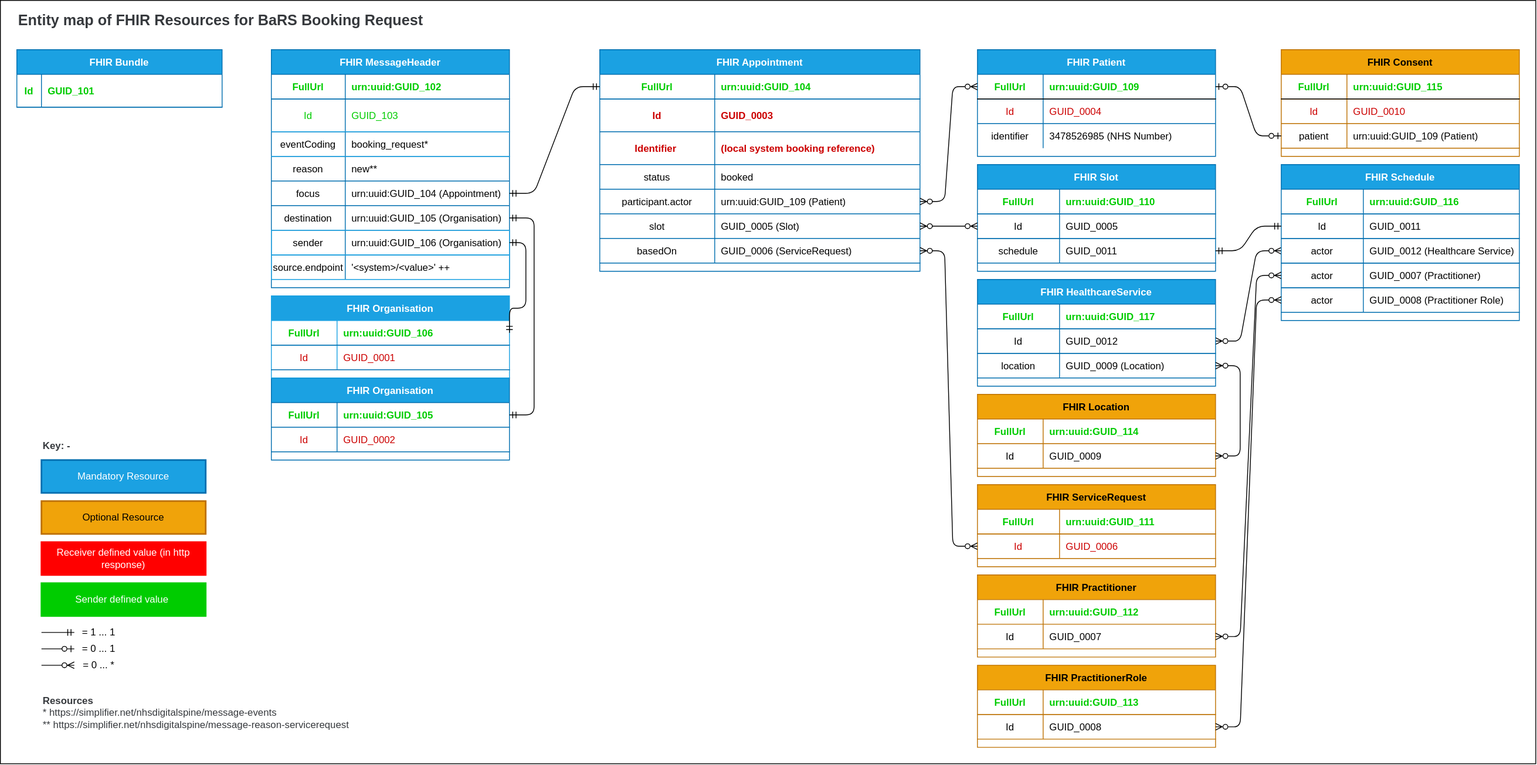
Earlier version of the draw.io export src/images/EntityMaps/EntityMapBookingRequest-1.0.0.svg (NHSDigital/booking-and-referral-media). Source tidied: cells renumbered, new cells last; positions are measured from the earlier drawing's top-left corner, leaving out a move shared by most shapes.
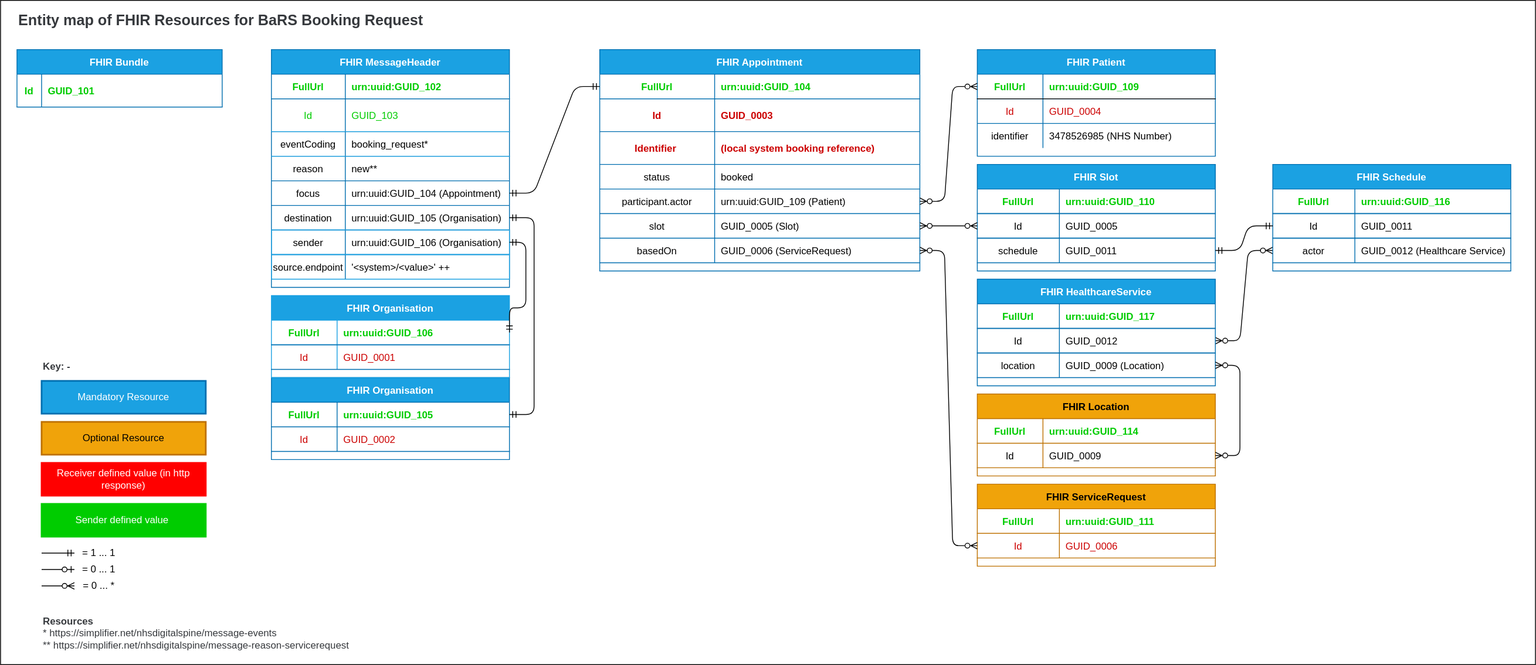
Later version of the same file.

Commit message:
ERD consistency updates

Updated Booking and Referral ERDs to reflect the latest documentation

Change to the diagram source:
```diff
@@ -3,7 +3,7 @@
     <mxCell id="0" />
     <mxCell id="1" parent="0" />
     <mxCell id="2" style="rounded=0;whiteSpace=wrap;html=1;" parent="1" vertex="1">
-      <mxGeometry width="1870" height="930" as="geometry" />
+      <mxGeometry width="1870" height="810" as="geometry" />
     </mxCell>
     <mxCell id="3" value="FHIR Bundle" style="shape=table;startSize=30;rowLines=0;fontStyle=1;align=center;fillColor=#1ba1e2;strokeColor=#006EAF;fontColor=#ffffff;" parent="1" vertex="1">
       <mxGeometry x="20" y="60" width="250" height="70" as="geometry" />
@@ -263,48 +263,6 @@
     <mxCell id="88" value="GUID_0011" style="shape=partialRectangle;overflow=hidden;fillColor=none;top=0;left=0;bottom=0;right=0;align=left;spacingLeft=6;fontStyle=0;fontColor=#000000;" parent="86" vertex="1">
       <mxGeometry x="100" width="190" height="30" as="geometry" />
     </mxCell>
-    <mxCell id="89" value="FHIR Practitioner" style="shape=table;startSize=30;rowLines=0;fontStyle=1;align=center;fillColor=#f0a30a;strokeColor=#BD7000;fontColor=#000000;" parent="1" vertex="1">
-      <mxGeometry x="1190" y="700" width="290" height="100" as="geometry" />
-    </mxCell>
-    <mxCell id="90" style="shape=partialRectangle;fillColor=none;top=0;left=0;right=0;bottom=1;strokeColor=#BD7000;" parent="89" vertex="1">
-      <mxGeometry y="30" width="290" height="30" as="geometry" />
-    </mxCell>
-    <mxCell id="91" value="FullUrl" style="shape=partialRectangle;overflow=hidden;fillColor=none;top=0;left=0;bottom=0;right=0;fontStyle=1;fontColor=#00CC00;" parent="90" vertex="1">
-      <mxGeometry width="80" height="30" as="geometry" />
-    </mxCell>
-    <mxCell id="92" value="urn:uuid:GUID_112" style="shape=partialRectangle;overflow=hidden;fillColor=none;top=0;left=0;bottom=0;right=0;align=left;spacingLeft=6;fontStyle=1;fontColor=#00CC00;" parent="90" vertex="1">
-      <mxGeometry x="80" width="210" height="30" as="geometry" />
-    </mxCell>
-    <mxCell id="93" style="shape=partialRectangle;fillColor=none;points=[[0,0.5],[1,0.5]];portConstraint=eastwest;top=0;left=0;right=0;bottom=1;strokeColor=#BD7000;" parent="89" vertex="1">
-      <mxGeometry y="60" width="290" height="30" as="geometry" />
-    </mxCell>
-    <mxCell id="94" value="Id" style="shape=partialRectangle;overflow=hidden;fillColor=none;top=0;left=0;bottom=0;right=0;fontStyle=0;fontColor=#000000;" parent="93" vertex="1">
-      <mxGeometry width="80" height="30" as="geometry" />
-    </mxCell>
-    <mxCell id="95" value="GUID_0007" style="shape=partialRectangle;overflow=hidden;fillColor=none;top=0;left=0;bottom=0;right=0;align=left;spacingLeft=6;fontStyle=0;fontColor=#000000;" parent="93" vertex="1">
-      <mxGeometry x="80" width="210" height="30" as="geometry" />
-    </mxCell>
-    <mxCell id="96" value="FHIR PractitionerRole" style="shape=table;startSize=30;rowLines=1;fontStyle=1;align=center;fillColor=#f0a30a;strokeColor=#BD7000;fontColor=#000000;" parent="1" vertex="1">
-      <mxGeometry x="1190" y="810" width="290" height="100" as="geometry" />
-    </mxCell>
-    <mxCell id="97" style="shape=partialRectangle;fillColor=none;top=0;left=0;right=0;bottom=1;strokeColor=#BD7000;" parent="96" vertex="1">
-      <mxGeometry y="30" width="290" height="30" as="geometry" />
-    </mxCell>
-    <mxCell id="98" value="FullUrl" style="shape=partialRectangle;overflow=hidden;fillColor=none;top=0;left=0;bottom=0;right=0;fontStyle=1;fontColor=#00CC00;" parent="97" vertex="1">
-      <mxGeometry width="80" height="30" as="geometry" />
-    </mxCell>
-    <mxCell id="99" value="urn:uuid:GUID_113" style="shape=partialRectangle;overflow=hidden;fillColor=none;top=0;left=0;bottom=0;right=0;align=left;spacingLeft=6;fontStyle=1;fontColor=#00CC00;" parent="97" vertex="1">
-      <mxGeometry x="80" width="210" height="30" as="geometry" />
-    </mxCell>
-    <mxCell id="100" style="shape=partialRectangle;fillColor=none;points=[[0,0.5],[1,0.5]];portConstraint=eastwest;top=0;left=0;right=0;bottom=1;strokeColor=#BD7000;" parent="96" vertex="1">
-      <mxGeometry y="60" width="290" height="30" as="geometry" />
-    </mxCell>
-    <mxCell id="101" value="Id" style="shape=partialRectangle;overflow=hidden;fillColor=none;top=0;left=0;bottom=0;right=0;fontColor=#000000;" parent="100" vertex="1">
-      <mxGeometry width="80" height="30" as="geometry" />
-    </mxCell>
-    <mxCell id="102" value="GUID_0008" style="shape=partialRectangle;overflow=hidden;fillColor=none;top=0;left=0;bottom=0;right=0;align=left;spacingLeft=6;fontColor=#000000;" parent="100" vertex="1">
-      <mxGeometry x="80" width="210" height="30" as="geometry" />
-    </mxCell>
     <mxCell id="103" style="edgeStyle=entityRelationEdgeStyle;endArrow=ERzeroToMany;startArrow=ERzeroToMany;endFill=0;startFill=1;exitX=1;exitY=0.5;exitDx=0;exitDy=0;entryX=0;entryY=0.5;entryDx=0;entryDy=0;" parent="1" edge="1" source="59" target="70">
       <mxGeometry relative="1" as="geometry" />
     </mxCell>
@@ -322,39 +280,6 @@
         </Array>
       </mxGeometry>
     </mxCell>
-    <mxCell id="107" value="FHIR Consent" style="shape=table;startSize=30;rowLines=1;fontStyle=1;align=center;fillColor=#f0a30a;strokeColor=#BD7000;fontColor=#000000;" parent="1" vertex="1">
-      <mxGeometry x="1560" y="60" width="290" height="130" as="geometry" />
-    </mxCell>
-    <mxCell id="108" style="shape=partialRectangle;fillColor=none;top=0;left=0;right=0;bottom=1;" parent="107" vertex="1">
-      <mxGeometry y="30" width="290" height="30" as="geometry" />
-    </mxCell>
-    <mxCell id="109" value="FullUrl" style="shape=partialRectangle;overflow=hidden;fillColor=none;top=0;left=0;bottom=0;right=0;fontStyle=1;fontColor=#00CC00;" parent="108" vertex="1">
-      <mxGeometry width="80" height="30" as="geometry" />
-    </mxCell>
-    <mxCell id="110" value="urn:uuid:GUID_115" style="shape=partialRectangle;overflow=hidden;fillColor=none;top=0;left=0;bottom=0;right=0;align=left;spacingLeft=6;fontStyle=1;fontColor=#00CC00;" parent="108" vertex="1">
-      <mxGeometry x="80" width="210" height="30" as="geometry" />
-    </mxCell>
-    <mxCell id="111" style="shape=partialRectangle;fillColor=none;top=0;left=0;right=0;bottom=0;" parent="107" vertex="1">
-      <mxGeometry y="60" width="290" height="30" as="geometry" />
-    </mxCell>
-    <mxCell id="112" value="Id" style="shape=partialRectangle;overflow=hidden;fillColor=none;top=0;left=0;bottom=0;right=0;fontColor=#CC0000;" parent="111" vertex="1">
-      <mxGeometry width="80" height="30" as="geometry" />
-    </mxCell>
-    <mxCell id="113" value="GUID_0010" style="shape=partialRectangle;overflow=hidden;fillColor=none;top=0;left=0;bottom=0;right=0;align=left;spacingLeft=6;fontColor=#CC0000;" parent="111" vertex="1">
-      <mxGeometry x="80" width="210" height="30" as="geometry" />
-    </mxCell>
-    <mxCell id="114" style="shape=partialRectangle;fillColor=none;points=[[0,0.5],[1,0.5]];portConstraint=eastwest;top=0;left=0;right=0;bottom=1;strokeColor=#BD7000;" parent="107" vertex="1">
-      <mxGeometry y="90" width="290" height="30" as="geometry" />
-    </mxCell>
-    <mxCell id="115" value="patient" style="shape=partialRectangle;overflow=hidden;fillColor=none;top=0;left=0;bottom=0;right=0;" parent="114" vertex="1">
-      <mxGeometry width="80" height="30" as="geometry" />
-    </mxCell>
-    <mxCell id="116" value="urn:uuid:GUID_109 (Patient)" style="shape=partialRectangle;overflow=hidden;fillColor=none;top=0;left=0;bottom=0;right=0;align=left;spacingLeft=6;" parent="114" vertex="1">
-      <mxGeometry x="80" width="210" height="30" as="geometry" />
-    </mxCell>
-    <mxCell id="117" style="edgeStyle=entityRelationEdgeStyle;endArrow=ERzeroToOne;startArrow=ERzeroToOne;endFill=0;startFill=0;exitX=0;exitY=0.5;exitDx=0;exitDy=0;entryX=1;entryY=0.5;entryDx=0;entryDy=0;" parent="1" edge="1" source="114" target="70">
-      <mxGeometry relative="1" as="geometry" />
-    </mxCell>
     <mxCell id="118" value="FHIR Location" style="shape=table;startSize=30;rowLines=0;fontStyle=1;align=center;fillColor=#f0a30a;strokeColor=#BD7000;fontColor=#000000;" parent="1" vertex="1">
       <mxGeometry x="1190" y="480" width="290" height="100" as="geometry" />
     </mxCell>
@@ -377,19 +302,19 @@
       <mxGeometry x="80" width="210" height="30" as="geometry" />
     </mxCell>
     <mxCell id="125" value="&lt;font color=&quot;#36393d&quot;&gt;&lt;b&gt;Key: -&amp;nbsp;&lt;br&gt;&lt;/b&gt;&lt;br&gt;&lt;/font&gt;" style="text;html=1;strokeColor=none;fillColor=none;align=left;verticalAlign=middle;whiteSpace=wrap;rounded=0;fontColor=#FFFFFF;" parent="1" vertex="1">
-      <mxGeometry x="50" y="540" width="120" height="20" as="geometry" />
+      <mxGeometry x="50" y="444" width="120" height="20" as="geometry" />
     </mxCell>
     <mxCell id="126" value="Mandatory Resource" style="rounded=0;whiteSpace=wrap;html=1;fontColor=#ffffff;strokeColor=#006EAF;strokeWidth=2;fillColor=#1ba1e2;" parent="1" vertex="1">
-      <mxGeometry x="50" y="560" width="200" height="40" as="geometry" />
+      <mxGeometry x="50" y="464" width="200" height="40" as="geometry" />
     </mxCell>
     <mxCell id="127" value="Receiver defined value (in http response)" style="rounded=0;whiteSpace=wrap;html=1;fontColor=#FFFFFF;strokeColor=#FF0000;strokeWidth=2;fillColor=#FF0000;" parent="1" vertex="1">
-      <mxGeometry x="50" y="660" width="200" height="40" as="geometry" />
+      <mxGeometry x="50" y="564" width="200" height="40" as="geometry" />
     </mxCell>
     <mxCell id="128" value="Optional Resource" style="rounded=0;whiteSpace=wrap;html=1;fontColor=#000000;strokeColor=#BD7000;strokeWidth=2;fillColor=#f0a30a;" parent="1" vertex="1">
-      <mxGeometry x="50" y="610" width="200" height="40" as="geometry" />
+      <mxGeometry x="50" y="514" width="200" height="40" as="geometry" />
     </mxCell>
     <mxCell id="129" value="&lt;font color=&quot;#36393d&quot;&gt;&lt;b&gt;Resources&lt;br&gt;&lt;/b&gt;&lt;div&gt;*&lt;span&gt;&#9;&lt;/span&gt;https://simplifier.net/nhsdigitalspine/message-events&lt;/div&gt;&lt;div&gt;**&lt;span&gt;&#9;&lt;/span&gt;https://simplifier.net/nhsdigitalspine/message-reason-servicerequest&lt;/div&gt;&lt;div&gt;&lt;br&gt;&lt;/div&gt;&lt;/font&gt;" style="text;html=1;strokeColor=none;fillColor=none;align=left;verticalAlign=middle;whiteSpace=wrap;rounded=0;fontColor=#FFFFFF;" parent="1" vertex="1">
-      <mxGeometry x="50" y="850" width="450" height="50" as="geometry" />
+      <mxGeometry x="50" y="754" width="450" height="50" as="geometry" />
     </mxCell>
     <mxCell id="130" value="Text" style="text;html=1;strokeColor=none;fillColor=none;align=center;verticalAlign=middle;whiteSpace=wrap;rounded=0;fontColor=#FFFFFF;" parent="1" vertex="1">
       <mxGeometry x="1040" y="510" width="60" height="30" as="geometry" />
@@ -425,41 +350,41 @@
       <mxGeometry relative="1" as="geometry" />
     </mxCell>
     <mxCell id="141" value="Sender defined value&amp;nbsp;" style="rounded=0;whiteSpace=wrap;html=1;fontColor=#FFFFFF;strokeColor=#00CC00;strokeWidth=2;fillColor=#00CC00;" parent="1" vertex="1">
-      <mxGeometry x="50" y="710" width="200" height="40" as="geometry" />
+      <mxGeometry x="50" y="614" width="200" height="40" as="geometry" />
     </mxCell>
     <mxCell id="142" style="edgeStyle=orthogonalEdgeStyle;endArrow=ERmandOne;startArrow=none;endFill=0;startFill=0;entryX=0;entryY=0.5;entryDx=0;entryDy=0;" parent="1" edge="1">
       <mxGeometry relative="1" as="geometry">
-        <mxPoint x="50" y="770" as="sourcePoint" />
-        <mxPoint x="90" y="770" as="targetPoint" />
+        <mxPoint x="50" y="674" as="sourcePoint" />
+        <mxPoint x="90" y="674" as="targetPoint" />
         <Array as="points">
-          <mxPoint x="50" y="770" />
-          <mxPoint x="50" y="770" />
+          <mxPoint x="50" y="674" />
+          <mxPoint x="50" y="674" />
         </Array>
       </mxGeometry>
     </mxCell>
     <mxCell id="143" style="edgeStyle=entityRelationEdgeStyle;endArrow=ERzeroToMany;startArrow=none;endFill=1;startFill=0;jumpStyle=none;" parent="1" edge="1">
       <mxGeometry relative="1" as="geometry">
-        <mxPoint x="50" y="810" as="sourcePoint" />
-        <mxPoint x="90" y="810" as="targetPoint" />
+        <mxPoint x="50" y="714" as="sourcePoint" />
+        <mxPoint x="90" y="714" as="targetPoint" />
       </mxGeometry>
     </mxCell>
     <mxCell id="144" style="edgeStyle=entityRelationEdgeStyle;endArrow=ERzeroToOne;startArrow=none;endFill=0;startFill=0;entryX=0;entryY=0.5;entryDx=0;entryDy=0;" parent="1" edge="1">
       <mxGeometry relative="1" as="geometry">
-        <mxPoint x="50" y="790" as="sourcePoint" />
-        <mxPoint x="90" y="790" as="targetPoint" />
+        <mxPoint x="50" y="694" as="sourcePoint" />
+        <mxPoint x="90" y="694" as="targetPoint" />
       </mxGeometry>
     </mxCell>
     <mxCell id="145" value="= 1 ... 1" style="text;html=1;strokeColor=none;fillColor=none;align=center;verticalAlign=middle;whiteSpace=wrap;rounded=0;" parent="1" vertex="1">
-      <mxGeometry x="90" y="760" width="60" height="20" as="geometry" />
+      <mxGeometry x="90" y="664" width="60" height="20" as="geometry" />
     </mxCell>
     <mxCell id="146" value="= 0 ... *" style="text;html=1;strokeColor=none;fillColor=none;align=center;verticalAlign=middle;whiteSpace=wrap;rounded=0;" parent="1" vertex="1">
-      <mxGeometry x="90" y="800" width="60" height="20" as="geometry" />
+      <mxGeometry x="90" y="704" width="60" height="20" as="geometry" />
     </mxCell>
     <mxCell id="147" value="= 0 ... 1" style="text;html=1;strokeColor=none;fillColor=none;align=center;verticalAlign=middle;whiteSpace=wrap;rounded=0;" parent="1" vertex="1">
-      <mxGeometry x="90" y="780" width="60" height="20" as="geometry" />
+      <mxGeometry x="90" y="684" width="60" height="20" as="geometry" />
     </mxCell>
     <mxCell id="148" value="FHIR Schedule" style="shape=table;startSize=30;rowLines=1;fontStyle=1;align=center;fillColor=#1ba1e2;strokeColor=#006EAF;fontColor=#ffffff;" parent="1" vertex="1">
-      <mxGeometry x="1560" y="200" width="290" height="190" as="geometry" />
+      <mxGeometry x="1550" y="200" width="290" height="130" as="geometry" />
     </mxCell>
     <mxCell id="149" style="shape=partialRectangle;fillColor=none;top=0;left=0;right=0;bottom=1;strokeColor=#006EAF;" parent="148" vertex="1">
       <mxGeometry y="30" width="290" height="30" as="geometry" />
@@ -488,24 +413,6 @@
     <mxCell id="157" value="GUID_0012 (Healthcare Service)" style="shape=partialRectangle;overflow=hidden;fillColor=none;top=0;left=0;bottom=0;right=0;align=left;spacingLeft=6;fontStyle=0;fontColor=#000000;" parent="155" vertex="1">
       <mxGeometry x="100" width="190" height="30" as="geometry" />
     </mxCell>
-    <mxCell id="158" style="shape=partialRectangle;fillColor=none;points=[[0,0.5],[1,0.5]];portConstraint=eastwest;top=0;left=0;right=0;bottom=1;strokeColor=#006EAF;" parent="148" vertex="1">
-      <mxGeometry y="120" width="290" height="30" as="geometry" />
-    </mxCell>
-    <mxCell id="159" value="actor" style="shape=partialRectangle;overflow=hidden;fillColor=none;top=0;left=0;bottom=0;right=0;fontStyle=0;fontColor=#000000;" parent="158" vertex="1">
-      <mxGeometry width="100" height="30" as="geometry" />
-    </mxCell>
-    <mxCell id="160" value="GUID_0007 (Practitioner)" style="shape=partialRectangle;overflow=hidden;fillColor=none;top=0;left=0;bottom=0;right=0;align=left;spacingLeft=6;fontStyle=0;fontColor=#000000;" parent="158" vertex="1">
-      <mxGeometry x="100" width="190" height="30" as="geometry" />
-    </mxCell>
-    <mxCell id="161" style="shape=partialRectangle;fillColor=none;points=[[0,0.5],[1,0.5]];portConstraint=eastwest;top=0;left=0;right=0;bottom=1;strokeColor=#006EAF;" parent="148" vertex="1">
-      <mxGeometry y="150" width="290" height="30" as="geometry" />
-    </mxCell>
-    <mxCell id="162" value="actor" style="shape=partialRectangle;overflow=hidden;fillColor=none;top=0;left=0;bottom=0;right=0;fontStyle=0;fontColor=#000000;" parent="161" vertex="1">
-      <mxGeometry width="100" height="30" as="geometry" />
-    </mxCell>
-    <mxCell id="163" value="GUID_0008 (Practitioner Role)" style="shape=partialRectangle;overflow=hidden;fillColor=none;top=0;left=0;bottom=0;right=0;align=left;spacingLeft=6;fontStyle=0;fontColor=#000000;" parent="161" vertex="1">
-      <mxGeometry x="100" width="190" height="30" as="geometry" />
-    </mxCell>
     <mxCell id="164" value="FHIR HealthcareService" style="shape=table;startSize=30;rowLines=1;fontStyle=1;align=center;fillColor=#1ba1e2;strokeColor=#006EAF;fontColor=#ffffff;" parent="1" vertex="1">
       <mxGeometry x="1190" y="340" width="290" height="130" as="geometry" />
     </mxCell>
@@ -539,12 +446,6 @@
     <mxCell id="174" style="edgeStyle=entityRelationEdgeStyle;endArrow=ERmandOne;startArrow=ERmandOne;endFill=0;startFill=0;exitX=1;exitY=0.5;exitDx=0;exitDy=0;entryX=0;entryY=0.5;entryDx=0;entryDy=0;" parent="1" edge="1" source="86" target="152">
       <mxGeometry relative="1" as="geometry" />
     </mxCell>
-    <mxCell id="175" style="edgeStyle=entityRelationEdgeStyle;endArrow=ERzeroToMany;startArrow=ERzeroToMany;endFill=0;startFill=1;exitX=0;exitY=0.5;exitDx=0;exitDy=0;entryX=1;entryY=0.5;entryDx=0;entryDy=0;" parent="1" edge="1" source="158" target="93">
-      <mxGeometry relative="1" as="geometry" />
-    </mxCell>
-    <mxCell id="176" style="edgeStyle=entityRelationEdgeStyle;endArrow=ERzeroToMany;startArrow=ERzeroToMany;endFill=0;startFill=1;exitX=0;exitY=0.5;exitDx=0;exitDy=0;entryX=1;entryY=0.5;entryDx=0;entryDy=0;" parent="1" edge="1" source="161" target="100">
-      <mxGeometry relative="1" as="geometry" />
-    </mxCell>
     <mxCell id="177" style="edgeStyle=entityRelationEdgeStyle;endArrow=ERzeroToMany;startArrow=ERzeroToMany;endFill=0;startFill=1;exitX=1;exitY=0.5;exitDx=0;exitDy=0;entryX=1;entryY=0.5;entryDx=0;entryDy=0;" parent="1" edge="1" source="171" target="122">
       <mxGeometry relative="1" as="geometry" />
     </mxCell>
```
